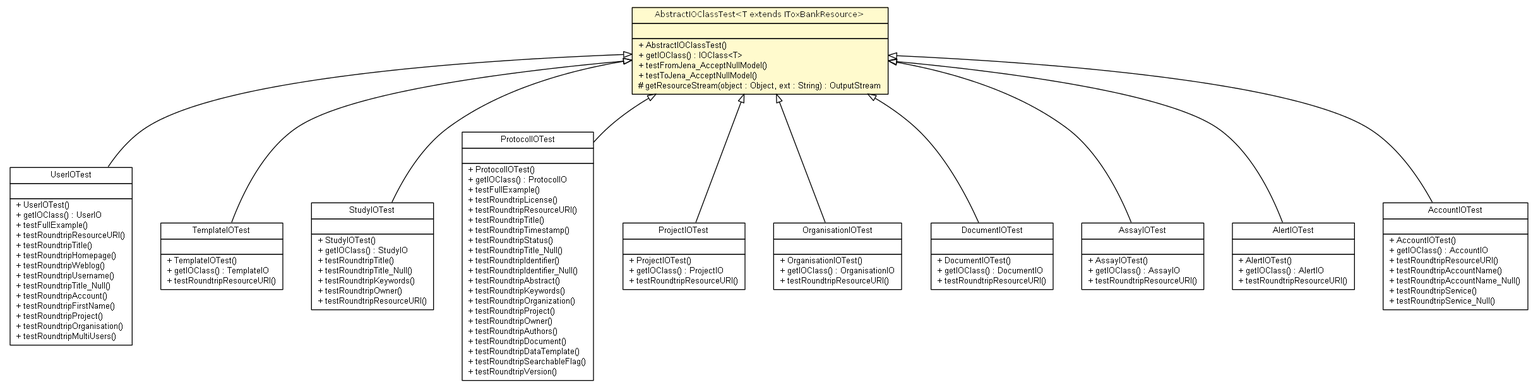
ToxBank/toxbank-api-beans keeps this Graphviz diagram as testapidocs/net/toxbank/client/io/rdf/AbstractIOClassTest.png. Above is the earlier version. Its source is kept beside it as testapidocs/net/toxbank/client/io/rdf/AbstractIOClassTest.dot.
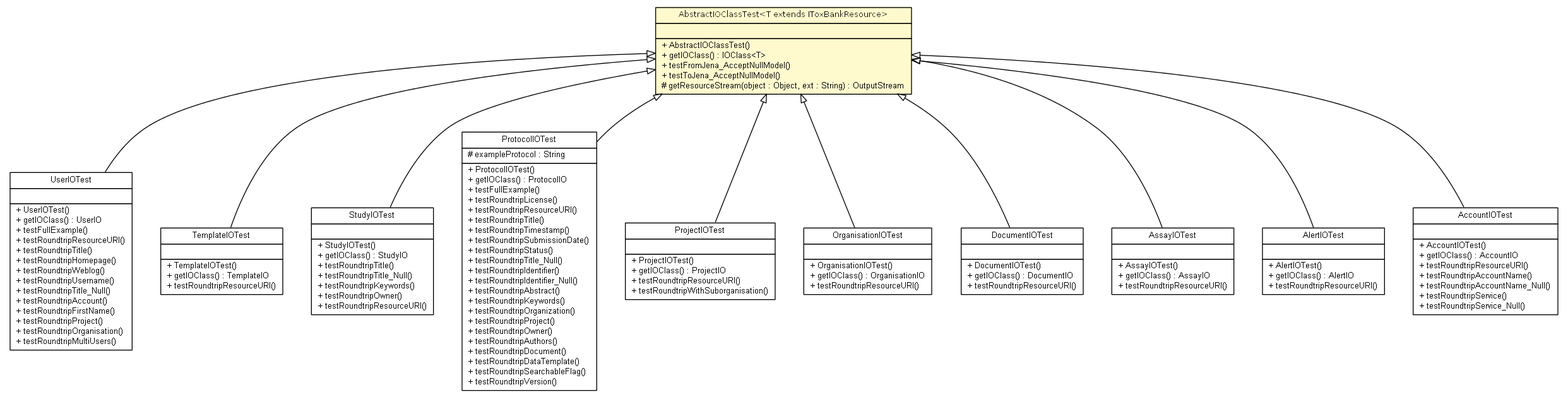
Above is the later version.

Change to the diagram source:
```diff
@@ -61,7 +61,7 @@
 			<tr><td> ProtocolIOTest </td></tr>
 		</table></td></tr>
 		<tr><td><table border="0" cellspacing="0" cellpadding="1">
-			<tr><td align="left">  </td></tr>
+			<tr><td align="left"> # exampleProtocol : String </td></tr>
 		</table></td></tr>
 		<tr><td><table border="0" cellspacing="0" cellpadding="1">
 			<tr><td align="left"> + ProtocolIOTest() </td></tr>
@@ -71,6 +71,7 @@
 			<tr><td align="left"> + testRoundtripResourceURI() </td></tr>
 			<tr><td align="left"> + testRoundtripTitle() </td></tr>
 			<tr><td align="left"> + testRoundtripTimestamp() </td></tr>
+			<tr><td align="left"> + testRoundtripSubmissionDate() </td></tr>
 			<tr><td align="left"> + testRoundtripStatus() </td></tr>
 			<tr><td align="left"> + testRoundtripTitle_Null() </td></tr>
 			<tr><td align="left"> + testRoundtripIdentifier() </td></tr>
@@ -98,6 +99,7 @@
 			<tr><td align="left"> + ProjectIOTest() </td></tr>
 			<tr><td align="left"> + getIOClass() : ProjectIO </td></tr>
 			<tr><td align="left"> + testRoundtripResourceURI() </td></tr>
+			<tr><td align="left"> + testRoundtripWithSuborganisation() </td></tr>
 		</table></td></tr>
 		</table>>, fontname="arial", fontcolor="black", fontsize=10.0];
 	c304 [label=<<table border="0" cellborder="1" cellspacing="0" cellpadding="2" port="p" href="./OrganisationIOTest.html">
```
